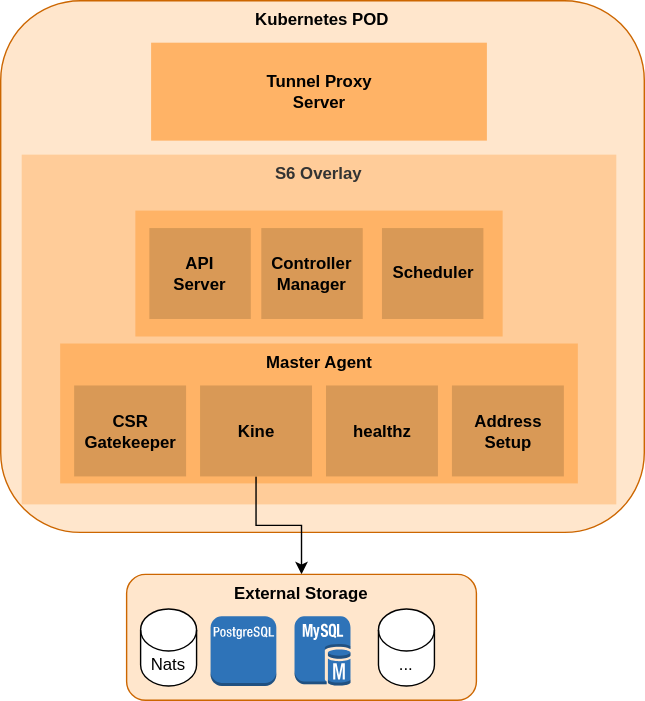
tardigradeproj/docs keeps this draw.io diagram as static/img/control-plane.svg. Above is the earlier version. Source tidied: cells renumbered, new cells last; positions are measured from the earlier drawing's top-left corner, leaving out a move shared by most shapes. Source of this version:
```xml
<mxGraphModel>
  <root>
    <mxCell id="0" />
    <mxCell id="1" parent="0" />
    <mxCell id="2" value="Kubernetes POD" style="rounded=1;whiteSpace=wrap;html=1;glass=0;verticalAlign=top;fillColor=#FFE6CC;strokeColor=#CC6600;fontStyle=1;" parent="1" vertex="1">
      <mxGeometry width="460" height="380" as="geometry" />
    </mxCell>
    <mxCell id="3" value="&lt;b&gt;S6 Overlay&lt;/b&gt;" style="rounded=0;whiteSpace=wrap;html=1;fillColor=#FFCC99;fontColor=#333333;strokeColor=none;verticalAlign=top;" parent="1" vertex="1">
      <mxGeometry x="15" y="110" width="425" height="250" as="geometry" />
    </mxCell>
    <mxCell id="4" value="Master Agent" style="rounded=0;whiteSpace=wrap;html=1;fillColor=#FFB366;strokeColor=none;fontStyle=1;verticalAlign=top;" parent="1" vertex="1">
      <mxGeometry x="42.5" y="245" width="370" height="100" as="geometry" />
    </mxCell>
    <mxCell id="5" style="rounded=0;whiteSpace=wrap;html=1;fillColor=#FFB366;strokeColor=none;fontStyle=1;" parent="1" vertex="1">
      <mxGeometry x="96.2" y="150" width="262.5" height="90" as="geometry" />
    </mxCell>
    <mxCell id="6" value="Tunnel Proxy&lt;div&gt;Server&lt;/div&gt;" style="rounded=0;whiteSpace=wrap;html=1;strokeColor=none;fillColor=#FFB366;fontStyle=1;" parent="1" vertex="1">
      <mxGeometry x="107.5" y="30" width="240" height="70" as="geometry" />
    </mxCell>
    <mxCell id="7" value="CSR Gatekeeper" style="rounded=0;whiteSpace=wrap;html=1;strokeColor=none;fillColor=#D99956;fontStyle=1;" parent="1" vertex="1">
      <mxGeometry x="52.5" y="275" width="80" height="65" as="geometry" />
    </mxCell>
    <mxCell id="8" style="edgeStyle=orthogonalEdgeStyle;rounded=0;jettySize=auto;html=1;" parent="1" edge="1" source="9" target="12">
      <mxGeometry relative="1" as="geometry" />
    </mxCell>
    <mxCell id="9" value="Kine" style="rounded=0;whiteSpace=wrap;html=1;strokeColor=none;fillColor=#D99956;fontStyle=1;" parent="1" vertex="1">
      <mxGeometry x="142.5" y="275" width="80" height="65" as="geometry" />
    </mxCell>
    <mxCell id="10" value="healthz" style="rounded=0;whiteSpace=wrap;html=1;strokeColor=none;fillColor=#D99956;fontStyle=1;" parent="1" vertex="1">
      <mxGeometry x="232.5" y="275" width="80" height="65" as="geometry" />
    </mxCell>
    <mxCell id="11" value="Address&lt;div&gt;Setup&lt;/div&gt;" style="rounded=0;whiteSpace=wrap;html=1;strokeColor=none;fillColor=#D99956;fontStyle=1;" parent="1" vertex="1">
      <mxGeometry x="322.5" y="275" width="80" height="65" as="geometry" />
    </mxCell>
    <mxCell id="12" value="&lt;b&gt;External Storage&lt;/b&gt;" style="rounded=1;whiteSpace=wrap;html=1;fillColor=#FFE6CC;strokeColor=#CC6600;verticalAlign=top;" parent="1" vertex="1">
      <mxGeometry x="90" y="410" width="250" height="90" as="geometry" />
    </mxCell>
    <mxCell id="13" style="dashed=0;verticalLabelPosition=bottom;verticalAlign=top;align=center;html=1;shape=mxgraph.aws3.mysql_db_instance;fillColor=#2E73B8;gradientColor=none;" parent="1" vertex="1">
      <mxGeometry x="210" y="440" width="40" height="49.8" as="geometry" />
    </mxCell>
    <mxCell id="14" value="..." style="shape=cylinder3;whiteSpace=wrap;html=1;boundedLbl=1;backgroundOutline=1;size=15;" parent="1" vertex="1">
      <mxGeometry x="270" y="434.8" width="40" height="55" as="geometry" />
    </mxCell>
    <mxCell id="15" value="Nats" style="shape=cylinder3;whiteSpace=wrap;html=1;boundedLbl=1;backgroundOutline=1;size=15;" parent="1" vertex="1">
      <mxGeometry x="100" y="434.8" width="40" height="55" as="geometry" />
    </mxCell>
    <mxCell id="16" value="API&lt;div&gt;Server&lt;/div&gt;" style="rounded=0;whiteSpace=wrap;html=1;strokeColor=none;fillColor=#D99956;fontStyle=1;" parent="1" vertex="1">
      <mxGeometry x="106.2" y="162.5" width="72.5" height="65" as="geometry" />
    </mxCell>
    <mxCell id="17" value="Controller&lt;div&gt;Manager&lt;/div&gt;" style="rounded=0;whiteSpace=wrap;html=1;strokeColor=none;fillColor=#D99956;fontStyle=1;" parent="1" vertex="1">
      <mxGeometry x="186.2" y="162.5" width="72.5" height="65" as="geometry" />
    </mxCell>
    <mxCell id="18" value="Scheduler" style="rounded=0;whiteSpace=wrap;html=1;strokeColor=none;fillColor=#D99956;fontStyle=1;" parent="1" vertex="1">
      <mxGeometry x="272.5" y="162.5" width="72.5" height="65" as="geometry" />
    </mxCell>
    <mxCell id="19" style="dashed=0;verticalLabelPosition=bottom;verticalAlign=top;align=center;html=1;shape=mxgraph.aws3.postgre_sql_instance;fillColor=#2E73B8;gradientColor=none;" parent="1" vertex="1">
      <mxGeometry x="150" y="440" width="47" height="49.8" as="geometry" />
    </mxCell>
  </root>
</mxGraphModel>
```
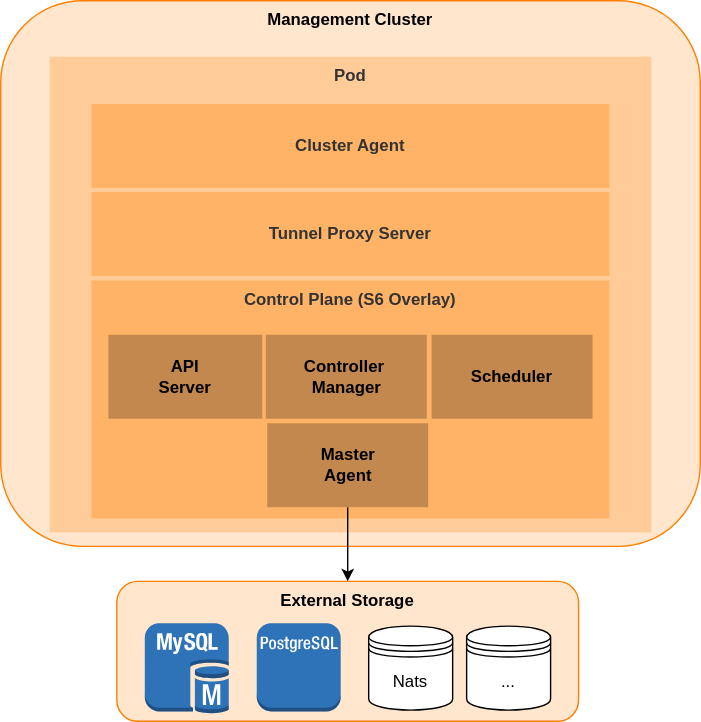
After the commit.

Commit message:
doc: diagram improve

Change to the diagram source:
```diff
@@ -2,59 +2,50 @@
   <root>
     <mxCell id="0" />
     <mxCell id="1" parent="0" />
-    <mxCell id="2" value="Kubernetes POD" style="rounded=1;whiteSpace=wrap;html=1;glass=0;verticalAlign=top;fillColor=#FFE6CC;strokeColor=#CC6600;fontStyle=1;" parent="1" vertex="1">
-      <mxGeometry width="460" height="380" as="geometry" />
-    </mxCell>
-    <mxCell id="3" value="&lt;b&gt;S6 Overlay&lt;/b&gt;" style="rounded=0;whiteSpace=wrap;html=1;fillColor=#FFCC99;fontColor=#333333;strokeColor=none;verticalAlign=top;" parent="1" vertex="1">
-      <mxGeometry x="15" y="110" width="425" height="250" as="geometry" />
-    </mxCell>
-    <mxCell id="4" value="Master Agent" style="rounded=0;whiteSpace=wrap;html=1;fillColor=#FFB366;strokeColor=none;fontStyle=1;verticalAlign=top;" parent="1" vertex="1">
-      <mxGeometry x="42.5" y="245" width="370" height="100" as="geometry" />
-    </mxCell>
-    <mxCell id="5" style="rounded=0;whiteSpace=wrap;html=1;fillColor=#FFB366;strokeColor=none;fontStyle=1;" parent="1" vertex="1">
-      <mxGeometry x="96.2" y="150" width="262.5" height="90" as="geometry" />
-    </mxCell>
-    <mxCell id="6" value="Tunnel Proxy&lt;div&gt;Server&lt;/div&gt;" style="rounded=0;whiteSpace=wrap;html=1;strokeColor=none;fillColor=#FFB366;fontStyle=1;" parent="1" vertex="1">
-      <mxGeometry x="107.5" y="30" width="240" height="70" as="geometry" />
-    </mxCell>
-    <mxCell id="7" value="CSR Gatekeeper" style="rounded=0;whiteSpace=wrap;html=1;strokeColor=none;fillColor=#D99956;fontStyle=1;" parent="1" vertex="1">
-      <mxGeometry x="52.5" y="275" width="80" height="65" as="geometry" />
-    </mxCell>
-    <mxCell id="8" style="edgeStyle=orthogonalEdgeStyle;rounded=0;jettySize=auto;html=1;" parent="1" edge="1" source="9" target="12">
-      <mxGeometry relative="1" as="geometry" />
-    </mxCell>
-    <mxCell id="9" value="Kine" style="rounded=0;whiteSpace=wrap;html=1;strokeColor=none;fillColor=#D99956;fontStyle=1;" parent="1" vertex="1">
-      <mxGeometry x="142.5" y="275" width="80" height="65" as="geometry" />
-    </mxCell>
-    <mxCell id="10" value="healthz" style="rounded=0;whiteSpace=wrap;html=1;strokeColor=none;fillColor=#D99956;fontStyle=1;" parent="1" vertex="1">
-      <mxGeometry x="232.5" y="275" width="80" height="65" as="geometry" />
-    </mxCell>
-    <mxCell id="11" value="Address&lt;div&gt;Setup&lt;/div&gt;" style="rounded=0;whiteSpace=wrap;html=1;strokeColor=none;fillColor=#D99956;fontStyle=1;" parent="1" vertex="1">
-      <mxGeometry x="322.5" y="275" width="80" height="65" as="geometry" />
-    </mxCell>
+    <mxCell id="20" value="&lt;b&gt;Management Cluster&lt;/b&gt;" style="rounded=1;whiteSpace=wrap;verticalAlign=top;html=1;labelBorderColor=none;glass=0;fillColor=#FFE6CC;strokeColor=#FF8000;" parent="1" vertex="1">
+      <mxGeometry x="1140" y="-210" width="500" height="390" as="geometry" />
+    </mxCell>
-    <mxCell id="12" value="&lt;b&gt;External Storage&lt;/b&gt;" style="rounded=1;whiteSpace=wrap;html=1;fillColor=#FFE6CC;strokeColor=#CC6600;verticalAlign=top;" parent="1" vertex="1">
-      <mxGeometry x="90" y="410" width="250" height="90" as="geometry" />
+    <mxCell id="12" value="&lt;b&gt;External Storage&lt;/b&gt;" style="rounded=1;whiteSpace=wrap;verticalAlign=top;html=1;labelBorderColor=none;glass=0;fillColor=#FFE6CC;strokeColor=#FF8000;" parent="1" vertex="1">
+      <mxGeometry x="1223" y="205" width="330" height="100" as="geometry" />
     </mxCell>
-    <mxCell id="13" style="dashed=0;verticalLabelPosition=bottom;verticalAlign=top;align=center;html=1;shape=mxgraph.aws3.mysql_db_instance;fillColor=#2E73B8;gradientColor=none;" parent="1" vertex="1">
-      <mxGeometry x="210" y="440" width="40" height="49.8" as="geometry" />
-    </mxCell>
+    <mxCell id="21" style="dashed=0;verticalLabelPosition=bottom;verticalAlign=top;align=center;html=1;shape=mxgraph.aws3.mysql_db_instance;fillColor=#2E73B8;gradientColor=none;" parent="1" vertex="1">
+      <mxGeometry x="1243" y="235" width="60" height="64.5" as="geometry" />
+    </mxCell>
+    <mxCell id="22" style="dashed=0;verticalLabelPosition=bottom;verticalAlign=top;align=center;html=1;shape=mxgraph.aws3.postgre_sql_instance;fillColor=#2E73B8;gradientColor=none;" parent="1" vertex="1">
+      <mxGeometry x="1323" y="235" width="60" height="63" as="geometry" />
+    </mxCell>
+    <mxCell id="15" value="Nats" style="shape=datastore;whiteSpace=wrap;html=1;" parent="1" vertex="1">
+      <mxGeometry x="1403" y="237" width="60" height="60" as="geometry" />
+    </mxCell>
-    <mxCell id="14" value="..." style="shape=cylinder3;whiteSpace=wrap;html=1;boundedLbl=1;backgroundOutline=1;size=15;" parent="1" vertex="1">
-      <mxGeometry x="270" y="434.8" width="40" height="55" as="geometry" />
+    <mxCell id="14" value="..." style="shape=datastore;whiteSpace=wrap;html=1;" parent="1" vertex="1">
+      <mxGeometry x="1473" y="237" width="60" height="60" as="geometry" />
     </mxCell>
-    <mxCell id="15" value="Nats" style="shape=cylinder3;whiteSpace=wrap;html=1;boundedLbl=1;backgroundOutline=1;size=15;" parent="1" vertex="1">
-      <mxGeometry x="100" y="434.8" width="40" height="55" as="geometry" />
-    </mxCell>
+    <mxCell id="23" value="Pod" style="rounded=0;whiteSpace=wrap;html=1;fillColor=#FFCC99;fontColor=#333333;strokeColor=none;verticalAlign=top;fontStyle=1;" parent="1" vertex="1">
+      <mxGeometry x="1175" y="-170" width="430" height="340" as="geometry" />
+    </mxCell>
+    <mxCell id="24" value="Control Plane (S6 Overlay)" style="rounded=0;whiteSpace=wrap;html=1;fillColor=#FFB366;fontColor=#333333;strokeColor=none;verticalAlign=top;fontStyle=1;" parent="1" vertex="1">
+      <mxGeometry x="1205" y="-10" width="370" height="170" as="geometry" />
+    </mxCell>
-    <mxCell id="16" value="API&lt;div&gt;Server&lt;/div&gt;" style="rounded=0;whiteSpace=wrap;html=1;strokeColor=none;fillColor=#D99956;fontStyle=1;" parent="1" vertex="1">
-      <mxGeometry x="106.2" y="162.5" width="72.5" height="65" as="geometry" />
+    <mxCell id="16" value="&lt;b&gt;API&lt;br&gt;Server&lt;/b&gt;" style="rounded=0;whiteSpace=wrap;html=1;fillColor=#C2884E;strokeColor=none;" parent="1" vertex="1">
+      <mxGeometry x="1217" y="28.8" width="110" height="60" as="geometry" />
     </mxCell>
-    <mxCell id="17" value="Controller&lt;div&gt;Manager&lt;/div&gt;" style="rounded=0;whiteSpace=wrap;html=1;strokeColor=none;fillColor=#D99956;fontStyle=1;" parent="1" vertex="1">
-      <mxGeometry x="186.2" y="162.5" width="72.5" height="65" as="geometry" />
+    <mxCell id="17" value="&lt;b&gt;Controller&amp;nbsp;&lt;/b&gt;&lt;div&gt;&lt;b&gt;Manager&lt;/b&gt;&lt;/div&gt;" style="rounded=0;whiteSpace=wrap;html=1;fillColor=#C2884E;strokeColor=none;" parent="1" vertex="1">
+      <mxGeometry x="1329.5" y="28.8" width="115" height="60" as="geometry" />
     </mxCell>
-    <mxCell id="18" value="Scheduler" style="rounded=0;whiteSpace=wrap;html=1;strokeColor=none;fillColor=#D99956;fontStyle=1;" parent="1" vertex="1">
-      <mxGeometry x="272.5" y="162.5" width="72.5" height="65" as="geometry" />
+    <mxCell id="18" value="&lt;b&gt;Scheduler&lt;/b&gt;" style="rounded=0;whiteSpace=wrap;html=1;fillColor=#C2884E;strokeColor=none;" parent="1" vertex="1">
+      <mxGeometry x="1448" y="28.8" width="115" height="60" as="geometry" />
     </mxCell>
-    <mxCell id="19" style="dashed=0;verticalLabelPosition=bottom;verticalAlign=top;align=center;html=1;shape=mxgraph.aws3.postgre_sql_instance;fillColor=#2E73B8;gradientColor=none;" parent="1" vertex="1">
-      <mxGeometry x="150" y="440" width="47" height="49.8" as="geometry" />
-    </mxCell>
+    <mxCell id="25" style="edgeStyle=orthogonalEdgeStyle;rounded=0;jettySize=auto;html=1;entryX=0.5;entryY=0;entryDx=0;entryDy=0;" parent="1" edge="1" source="4" target="12">
+      <mxGeometry relative="1" as="geometry" />
+    </mxCell>
+    <mxCell id="4" value="&lt;b&gt;Master &lt;br&gt;Agent&lt;/b&gt;" style="rounded=0;whiteSpace=wrap;html=1;fillColor=#C2884E;strokeColor=none;" parent="1" vertex="1">
+      <mxGeometry x="1330.5" y="92" width="115" height="60" as="geometry" />
+    </mxCell>
+    <mxCell id="26" value="Cluster Agent" style="rounded=0;whiteSpace=wrap;html=1;fillColor=#FFB366;fontColor=#333333;strokeColor=none;verticalAlign=middle;fontStyle=1;" parent="1" vertex="1">
+      <mxGeometry x="1205" y="-136.2" width="370" height="60" as="geometry" />
+    </mxCell>
+    <mxCell id="6" value="Tunnel Proxy Server" style="rounded=0;whiteSpace=wrap;html=1;fillColor=#FFB366;fontColor=#333333;strokeColor=none;verticalAlign=middle;fontStyle=1;" parent="1" vertex="1">
+      <mxGeometry x="1205" y="-73.2" width="370" height="60" as="geometry" />
+    </mxCell>
   </root>
 </mxGraphModel>
```
